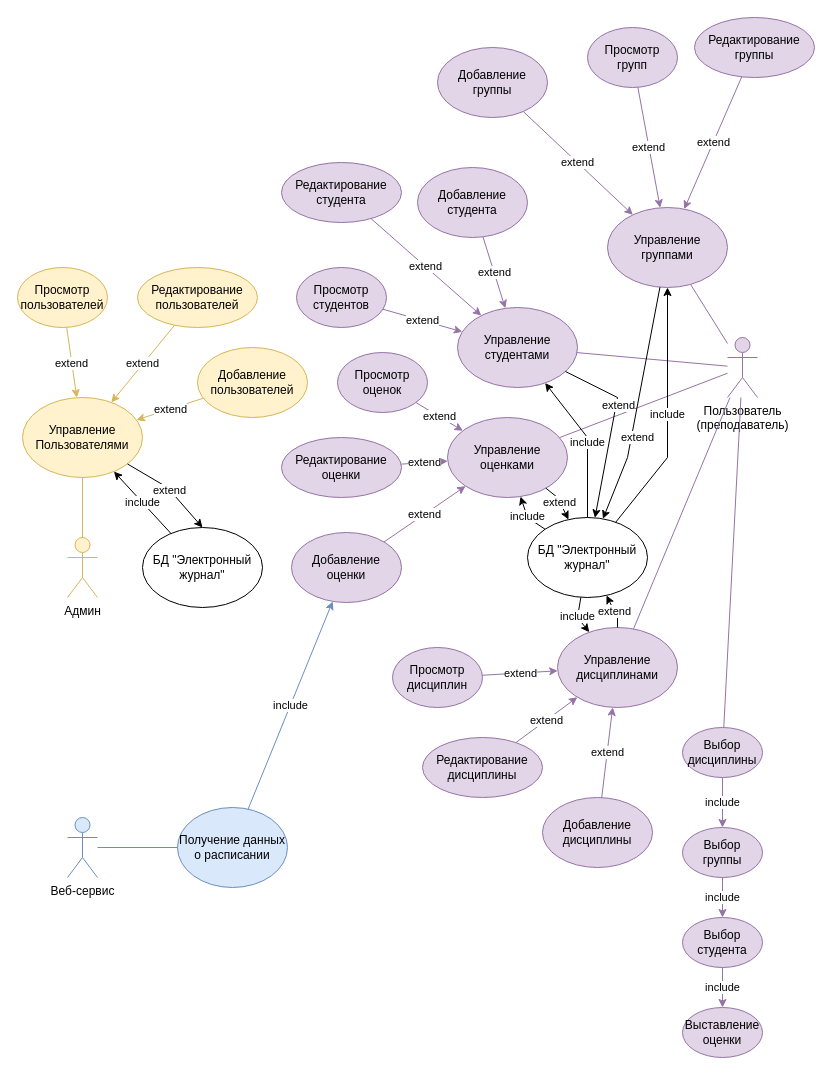
PaulMatthewss/PP2 keeps this draw.io diagram as UseCase-Diagramm.drawio. Above is the earlier version. Source tidied: cells renumbered, new cells numbered last; positions are measured from the earlier drawing's top-left corner, leaving out a move shared by most shapes. Both pictures are drawn from the tidied source at 100%, with x=0, y=0 at pixel (17, 17).
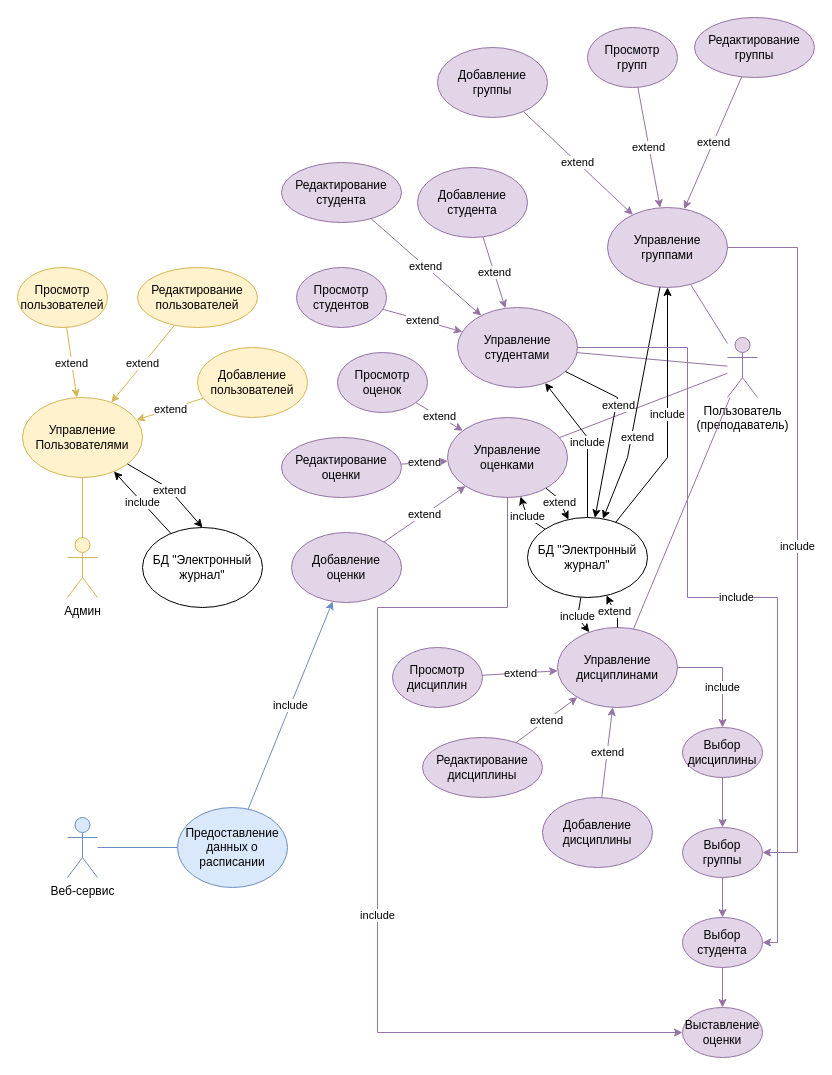
The same page after the edit.

The change refers to these unchanged cells:
```xml
<mxCell id="3" value="Пользователь&lt;br&gt;(преподаватель)" style="shape=umlActor;verticalLabelPosition=bottom;verticalAlign=top;html=1;outlineConnect=0;fillColor=#e1d5e7;strokeColor=#9673a6;" parent="1" vertex="1">
  <mxGeometry x="710" y="320" width="30" height="60" as="geometry" />
</mxCell>
<mxCell id="4" value="Управление дисциплинами" style="ellipse;whiteSpace=wrap;html=1;fillColor=#e1d5e7;strokeColor=#9673a6;" parent="1" vertex="1">
  <mxGeometry x="540" y="610" width="120" height="80" as="geometry" />
</mxCell>
<mxCell id="5" value="Управление группами" style="ellipse;whiteSpace=wrap;html=1;fillColor=#e1d5e7;strokeColor=#9673a6;" parent="1" vertex="1">
  <mxGeometry x="590" y="190" width="120" height="80" as="geometry" />
</mxCell>
<mxCell id="6" value="Управление студентами" style="ellipse;whiteSpace=wrap;html=1;fillColor=#e1d5e7;strokeColor=#9673a6;" parent="1" vertex="1">
  <mxGeometry x="440" y="290" width="120" height="80" as="geometry" />
</mxCell>
<mxCell id="7" value="Управление оценками" style="ellipse;whiteSpace=wrap;html=1;fillColor=#e1d5e7;strokeColor=#9673a6;" parent="1" vertex="1">
  <mxGeometry x="430" y="400" width="120" height="80" as="geometry" />
</mxCell>
<mxCell id="36" value="Выбор дисциплины" style="ellipse;whiteSpace=wrap;html=1;labelBackgroundColor=none;fillColor=#e1d5e7;strokeColor=#9673a6;" parent="1" vertex="1">
  <mxGeometry x="665" y="710" width="80" height="50" as="geometry" />
</mxCell>
<mxCell id="37" value="Выбор группы" style="ellipse;whiteSpace=wrap;html=1;labelBackgroundColor=none;fillColor=#e1d5e7;strokeColor=#9673a6;" parent="1" vertex="1">
  <mxGeometry x="665" y="810" width="80" height="50" as="geometry" />
</mxCell>
<mxCell id="39" value="Выбор студента" style="ellipse;whiteSpace=wrap;html=1;labelBackgroundColor=none;fillColor=#e1d5e7;strokeColor=#9673a6;" parent="1" vertex="1">
  <mxGeometry x="665" y="900" width="80" height="50" as="geometry" />
</mxCell>
<mxCell id="40" value="Выставление оценки" style="ellipse;whiteSpace=wrap;html=1;labelBackgroundColor=none;fillColor=#e1d5e7;strokeColor=#9673a6;" parent="1" vertex="1">
  <mxGeometry x="665" y="990" width="80" height="50" as="geometry" />
</mxCell>
```

Change to the diagram source:
```diff
@@
-    <mxCell id="38" value="include" style="edgeStyle=orthogonalEdgeStyle;rounded=0;jettySize=auto;html=1;fillColor=#e1d5e7;strokeColor=#9673a6;" parent="1" edge="1" source="39" target="40">
+    <mxCell id="38" style="edgeStyle=orthogonalEdgeStyle;rounded=0;jettySize=auto;html=1;fillColor=#e1d5e7;strokeColor=#9673a6;" parent="1" edge="1" source="39" target="40">
       <mxGeometry relative="1" as="geometry" />
     </mxCell>
@@
-    <mxCell id="41" value="include" style="endArrow=classic;html=1;rounded=0;fillColor=#e1d5e7;strokeColor=#9673a6;" parent="1" edge="1" source="36" target="37">
+    <mxCell id="41" style="endArrow=classic;html=1;rounded=0;fillColor=#e1d5e7;strokeColor=#9673a6;" parent="1" edge="1" source="36" target="37">
       <mxGeometry relative="1" as="geometry" />
     </mxCell>
-    <mxCell id="42" value="include" style="endArrow=classic;html=1;rounded=0;fillColor=#e1d5e7;strokeColor=#9673a6;" parent="1" edge="1" source="37" target="39">
+    <mxCell id="42" style="endArrow=classic;html=1;rounded=0;fillColor=#e1d5e7;strokeColor=#9673a6;" parent="1" edge="1" source="37" target="39">
       <mxGeometry relative="1" as="geometry" />
     </mxCell>
@@
-    <mxCell id="51" value="Получение данных о расписании" style="ellipse;whiteSpace=wrap;html=1;fillColor=#dae8fc;strokeColor=#6c8ebf;" parent="1" vertex="1">
+    <mxCell id="51" value="Предоставление данных о расписании" style="ellipse;whiteSpace=wrap;html=1;fillColor=#dae8fc;strokeColor=#6c8ebf;" parent="1" vertex="1">
       <mxGeometry x="160" y="790" width="110" height="80" as="geometry" />
     </mxCell>
@@
-    <mxCell id="53" style="endArrow=none;html=1;rounded=0;fillColor=#e1d5e7;strokeColor=#9673a6;" parent="1" edge="1" source="36" target="3">
-      <mxGeometry relative="1" as="geometry" />
-    </mxCell>
@@
+    <mxCell id="68" value="include" style="edgeStyle=orthogonalEdgeStyle;rounded=0;jettySize=auto;html=1;fillColor=#e1d5e7;strokeColor=#9673a6;" parent="1" edge="1" source="4" target="36">
+      <mxGeometry x="0.24" relative="1" as="geometry">
+        <Array as="points">
+          <mxPoint x="705" y="650" />
+        </Array>
+      </mxGeometry>
+    </mxCell>
+    <mxCell id="69" value="include" style="edgeStyle=orthogonalEdgeStyle;rounded=0;jettySize=auto;html=1;fillColor=#e1d5e7;strokeColor=#9673a6;" parent="1" edge="1" source="5" target="37">
+      <mxGeometry x="0.04" relative="1" as="geometry">
+        <Array as="points">
+          <mxPoint x="780" y="230" />
+          <mxPoint x="780" y="835" />
+        </Array>
+      </mxGeometry>
+    </mxCell>
+    <mxCell id="70" value="include" style="edgeStyle=orthogonalEdgeStyle;rounded=0;jettySize=auto;html=1;fillColor=#e1d5e7;strokeColor=#9673a6;" parent="1" edge="1" source="6" target="39">
+      <mxGeometry x="0.01" relative="1" as="geometry">
+        <Array as="points">
+          <mxPoint x="670" y="330" />
+          <mxPoint x="670" y="580" />
+          <mxPoint x="760" y="580" />
+          <mxPoint x="760" y="925" />
+        </Array>
+      </mxGeometry>
+    </mxCell>
+    <mxCell id="71" value="include" style="edgeStyle=orthogonalEdgeStyle;rounded=0;jettySize=auto;html=1;fillColor=#e1d5e7;strokeColor=#9673a6;" parent="1" edge="1" source="7" target="40">
+      <mxGeometry x="0.13" relative="1" as="geometry">
+        <Array as="points">
+          <mxPoint x="490" y="590" />
+          <mxPoint x="360" y="590" />
+          <mxPoint x="360" y="1015" />
+        </Array>
+      </mxGeometry>
+    </mxCell>
```
